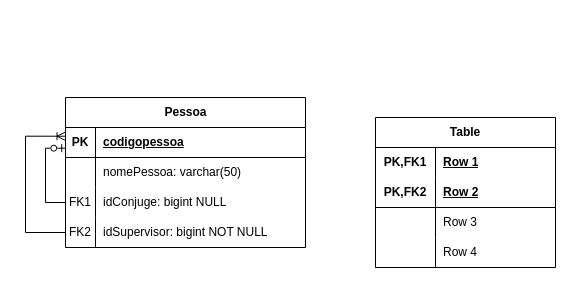
This is aula_04_09.drawio from GabrielSilvaRodrigues/EngenhariaSoftware, a draw.io file, before an edit. Source tidied: cells renumbered, new cells numbered last; positions are measured from the earlier drawing's top-left corner, leaving out a move shared by most shapes. Both pictures are drawn from the tidied source at 100%, with x=0, y=0 at pixel (25, 97).
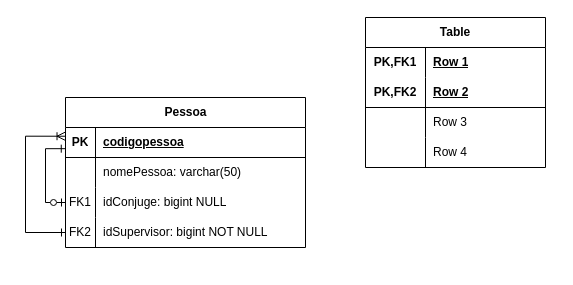
The same page after the edit.

The change refers to these unchanged cells:
```xml
<mxCell id="16" value="Pessoa" style="shape=table;startSize=30;childLayout=tableLayout;rowLines=0;fontStyle=1;align=center;html=1;" parent="1" vertex="1">
  <mxGeometry x="40" width="240" height="150" as="geometry" />
</mxCell>
<mxCell id="17" style="shape=tableRow;horizontal=0;startSize=0;swimlaneHead=0;swimlaneBody=0;fillColor=none;points=[[0,0.5],[1,0.5]];portConstraint=eastwest;top=0;left=0;right=0;bottom=1;" parent="16" vertex="1">
  <mxGeometry y="30" width="240" height="30" as="geometry" />
</mxCell>
<mxCell id="23" style="shape=tableRow;horizontal=0;startSize=0;swimlaneHead=0;swimlaneBody=0;fillColor=none;points=[[0,0.5],[1,0.5]];portConstraint=eastwest;top=0;left=0;right=0;bottom=0;" parent="16" vertex="1">
  <mxGeometry y="90" width="240" height="30" as="geometry" />
</mxCell>
<mxCell id="26" style="shape=tableRow;horizontal=0;startSize=0;swimlaneHead=0;swimlaneBody=0;fillColor=none;points=[[0,0.5],[1,0.5]];portConstraint=eastwest;top=0;left=0;right=0;bottom=0;" parent="16" vertex="1">
  <mxGeometry y="120" width="240" height="30" as="geometry" />
</mxCell>
```

Diff of the diagram source:
```diff
@@
-    <mxCell id="2" style="edgeStyle=orthogonalEdgeStyle;rounded=0;jettySize=auto;html=1;entryX=0;entryY=0.5;entryDx=0;entryDy=0;startArrow=ERzeroToOne;startFill=0;endArrow=none;endFill=0;exitX=0.001;exitY=0.69;exitDx=0;exitDy=0;exitPerimeter=0;" parent="1" edge="1" source="17" target="23">
-      <mxGeometry relative="1" as="geometry" />
-    </mxCell>
     <mxCell id="3" value="Table" style="shape=table;startSize=30;childLayout=tableLayout;rowLines=0;fontStyle=1;align=center;html=1;whiteSpace=wrap;" parent="1" vertex="1">
-      <mxGeometry x="350" y="20" width="180" height="150" as="geometry" />
+      <mxGeometry x="340" y="-80" width="180" height="150" as="geometry" />
     </mxCell>
@@
-    <mxCell id="29" style="edgeStyle=orthogonalEdgeStyle;rounded=0;jettySize=auto;html=1;entryX=-0.002;entryY=0.291;entryDx=0;entryDy=0;entryPerimeter=0;endArrow=ERoneToMany;endFill=0;" parent="16" edge="1" source="26" target="17">
+    <mxCell id="29" style="edgeStyle=orthogonalEdgeStyle;rounded=0;jettySize=auto;html=1;entryX=-0.002;entryY=0.291;entryDx=0;entryDy=0;entryPerimeter=0;endArrow=ERoneToMany;endFill=0;startArrow=ERone;startFill=0;" parent="16" edge="1" source="26" target="17">
       <mxGeometry relative="1" as="geometry">
         <Array as="points">
           <mxPoint x="-40" y="135" />
           <mxPoint x="-40" y="39" />
         </Array>
       </mxGeometry>
     </mxCell>
+    <mxCell id="2" style="edgeStyle=orthogonalEdgeStyle;rounded=0;jettySize=auto;html=1;startArrow=ERzeroToOne;startFill=0;endArrow=ERone;endFill=0;exitX=0;exitY=0.5;exitDx=0;exitDy=0;entryX=-0.001;entryY=0.706;entryDx=0;entryDy=0;entryPerimeter=0;" parent="16" edge="1" source="23" target="17">
+      <mxGeometry relative="1" as="geometry" />
+    </mxCell>
```
